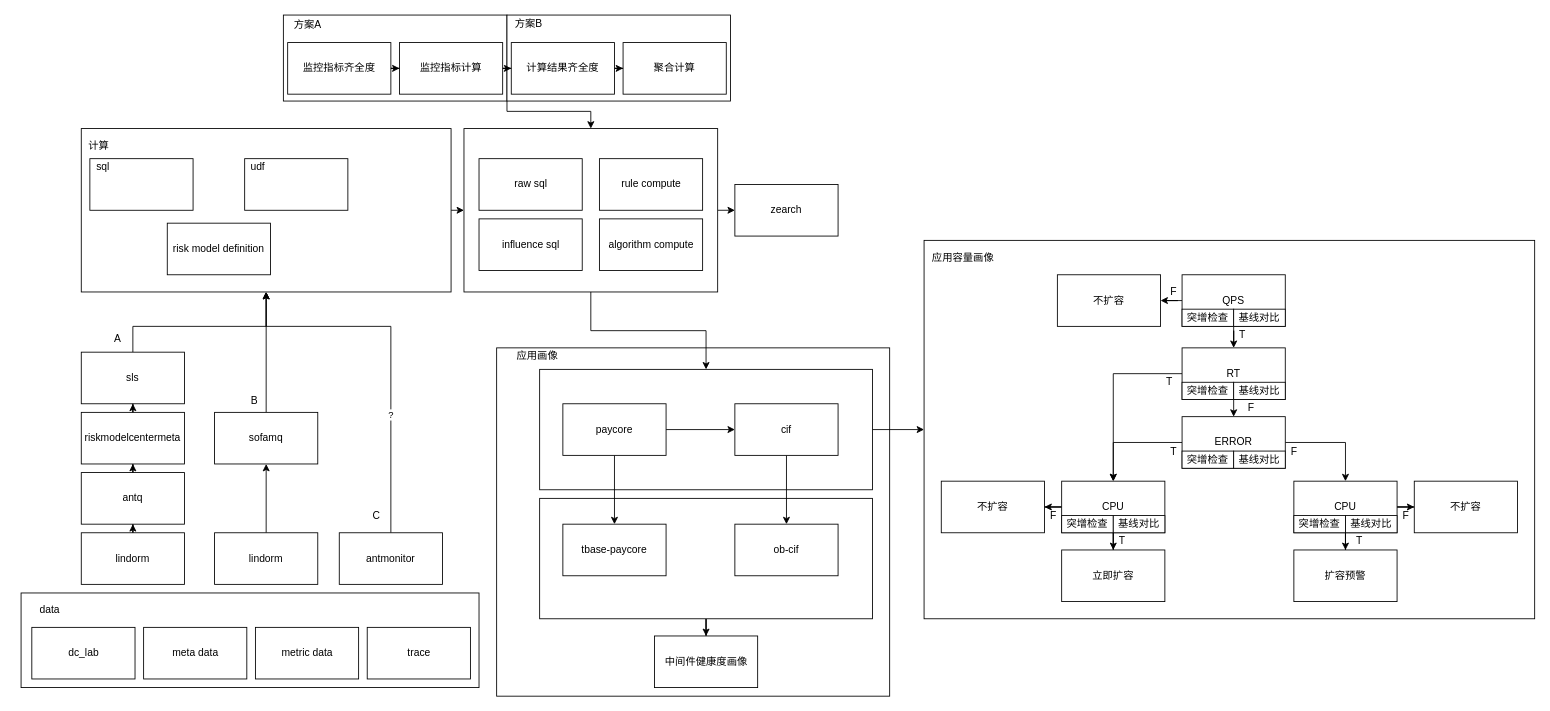
The draw.io diagram 应用画像计算体系.drawio in frankneu/draw.io, before the edit. Source tidied: cells renumbered, new cells numbered last; positions are measured from the earlier drawing's top-left corner, leaving out a move shared by most shapes. Both pictures are drawn from the tidied source at 86%, with x=0, y=0 at pixel (21, 15).
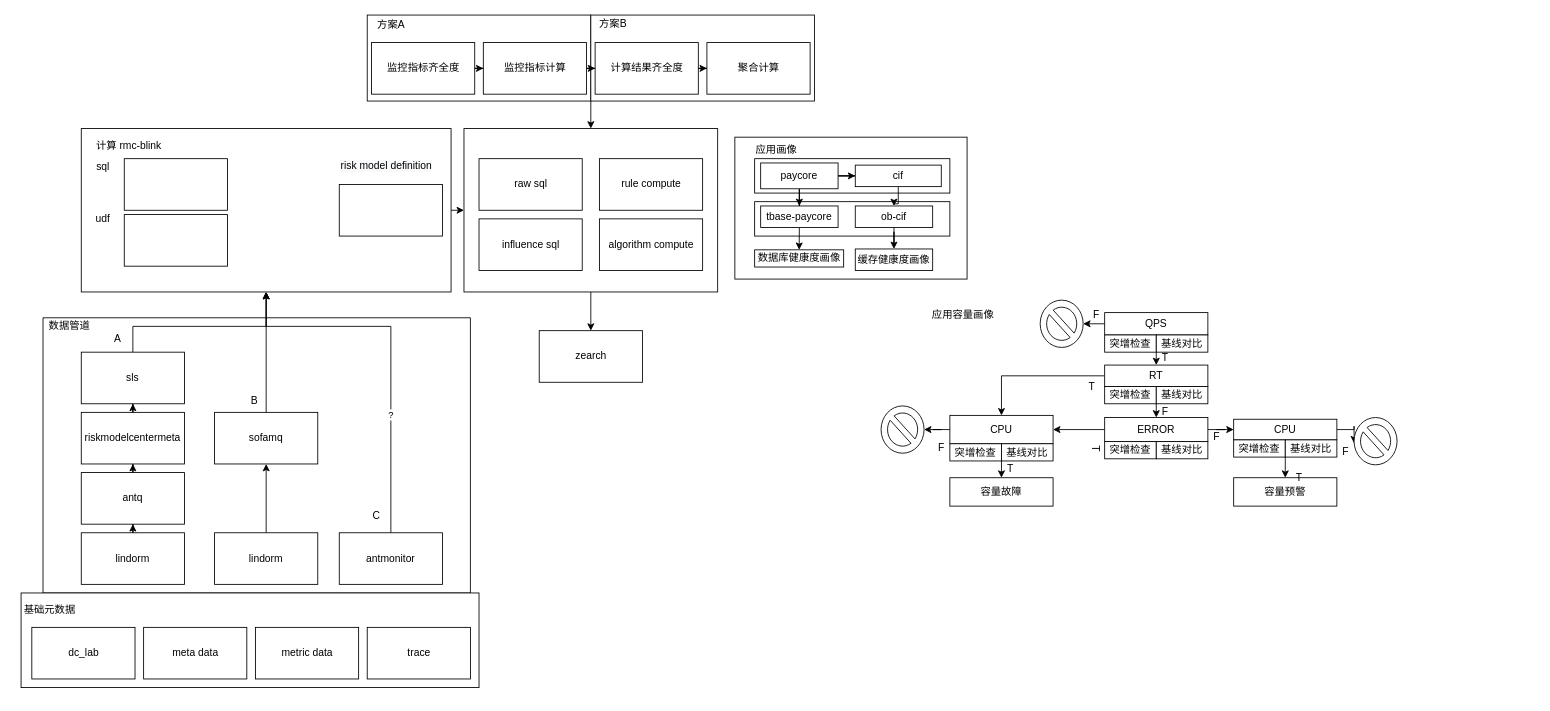
The same diagram, later.

Commit message:
Update 应用画像计算体系.drawio

Unchanged cells that the change refers to:
```xml
<mxCell id="12" style="rounded=0;whiteSpace=wrap;html=1;" parent="1" vertex="1">
  <mxGeometry x="515" y="132" width="295" height="190" as="geometry" />
</mxCell>
```

Change to the diagram source:
```diff
@@
+    <mxCell id="110" style="verticalLabelPosition=bottom;verticalAlign=top;html=1;shape=mxgraph.basic.rect;fillColor2=none;strokeWidth=1;size=20;indent=5;" parent="1" vertex="1">
+      <mxGeometry x="25.5" y="352" width="497" height="320" as="geometry" />
+    </mxCell>
     <mxCell id="2" style="edgeStyle=orthogonalEdgeStyle;rounded=0;jettySize=auto;html=1;exitX=1;exitY=1;exitDx=0;exitDy=0;entryX=0.5;entryY=0;entryDx=0;entryDy=0;" parent="1" edge="1" source="3" target="12">
       <mxGeometry relative="1" as="geometry">
         <Array as="points">
-          <mxPoint x="565" y="112" />
-          <mxPoint x="663" y="112" />
+          <mxPoint x="663" y="100" />
+          <mxPoint x="663" y="100" />
         </Array>
       </mxGeometry>
     </mxCell>
     <mxCell id="3" style="rounded=0;whiteSpace=wrap;html=1;" parent="1" vertex="1">
-      <mxGeometry x="305" width="260" height="100" as="geometry" />
+      <mxGeometry x="402.5" width="260" height="100" as="geometry" />
     </mxCell>
     <mxCell id="4" style="rounded=0;whiteSpace=wrap;html=1;" parent="1" vertex="1">
-      <mxGeometry x="565" width="260" height="100" as="geometry" />
+      <mxGeometry x="662.5" width="260" height="100" as="geometry" />
     </mxCell>
     <mxCell id="5" style="rounded=0;whiteSpace=wrap;html=1;" parent="1" vertex="1">
-      <mxGeometry x="553" y="387" width="457" height="405" as="geometry" />
+      <mxGeometry x="830" y="142" width="270" height="165" as="geometry" />
     </mxCell>
-    <mxCell id="6" style="rounded=0;whiteSpace=wrap;html=1;" parent="1" vertex="1">
-      <mxGeometry x="1050" y="262" width="710" height="440" as="geometry" />
-    </mxCell>
-    <mxCell id="7" style="edgeStyle=orthogonalEdgeStyle;rounded=0;jettySize=auto;html=1;entryX=0.5;entryY=0;entryDx=0;entryDy=0;" parent="1" edge="1" source="8" target="102">
-      <mxGeometry relative="1" as="geometry" />
-    </mxCell>
     <mxCell id="8" style="rounded=0;whiteSpace=wrap;html=1;" parent="1" vertex="1">
-      <mxGeometry x="603" y="562" width="387" height="140" as="geometry" />
+      <mxGeometry x="853" y="217" width="227" height="40" as="geometry" />
     </mxCell>
-    <mxCell id="9" style="edgeStyle=orthogonalEdgeStyle;rounded=0;jettySize=auto;html=1;exitX=1;exitY=0.5;exitDx=0;exitDy=0;entryX=0;entryY=0.5;entryDx=0;entryDy=0;" parent="1" edge="1" source="10" target="6">
-      <mxGeometry relative="1" as="geometry" />
-    </mxCell>
     <mxCell id="10" style="rounded=0;whiteSpace=wrap;html=1;" parent="1" vertex="1">
-      <mxGeometry x="603" y="412" width="387" height="140" as="geometry" />
+      <mxGeometry x="853" y="167" width="227" height="40" as="geometry" />
     </mxCell>
-    <mxCell id="11" style="edgeStyle=orthogonalEdgeStyle;rounded=0;jettySize=auto;html=1;exitX=1;exitY=0.5;exitDx=0;exitDy=0;entryX=0;entryY=0.5;entryDx=0;entryDy=0;" parent="1" edge="1" source="12" target="46">
+    <mxCell id="11" style="edgeStyle=orthogonalEdgeStyle;rounded=0;jettySize=auto;html=1;" parent="1" edge="1" source="12" target="46">
       <mxGeometry relative="1" as="geometry" />
     </mxCell>
@@
-    <mxCell id="15" value="计算" style="text;html=1;align=center;verticalAlign=middle;" parent="1" vertex="1">
-      <mxGeometry x="70" y="142" width="40" height="20" as="geometry" />
+    <mxCell id="15" value="计算 rmc-blink" style="text;html=1;align=center;verticalAlign=middle;" parent="1" vertex="1">
+      <mxGeometry x="80" y="142" width="90" height="20" as="geometry" />
     </mxCell>
     <mxCell id="16" style="rounded=0;whiteSpace=wrap;html=1;" parent="1" vertex="1">
-      <mxGeometry x="80" y="167" width="120" height="60" as="geometry" />
+      <mxGeometry x="120" y="167" width="120" height="60" as="geometry" />
     </mxCell>
@@
     <mxCell id="18" style="rounded=0;whiteSpace=wrap;html=1;" parent="1" vertex="1">
-      <mxGeometry x="260" y="167" width="120" height="60" as="geometry" />
+      <mxGeometry x="120" y="232" width="120" height="60" as="geometry" />
     </mxCell>
     <mxCell id="19" value="udf" style="text;html=1;align=center;verticalAlign=middle;" parent="1" vertex="1">
-      <mxGeometry x="260" y="167" width="30" height="20" as="geometry" />
+      <mxGeometry x="80" y="227" width="30" height="20" as="geometry" />
     </mxCell>
-    <mxCell id="20" value="risk model definition" style="rounded=0;whiteSpace=wrap;html=1;" parent="1" vertex="1">
-      <mxGeometry x="170" y="242" width="120" height="60" as="geometry" />
+    <mxCell id="20" style="rounded=0;whiteSpace=wrap;html=1;" parent="1" vertex="1">
+      <mxGeometry x="370" y="197" width="120" height="60" as="geometry" />
     </mxCell>
@@
-    <mxCell id="22" value="data" style="text;html=1;align=center;verticalAlign=middle;" parent="1" vertex="1">
-      <mxGeometry x="12.5" y="682" width="40" height="20" as="geometry" />
+    <mxCell id="22" value="基础元数据" style="text;html=1;align=center;verticalAlign=middle;" parent="1" vertex="1">
+      <mxGeometry x="-7.5" y="682" width="80" height="20" as="geometry" />
     </mxCell>
@@
-    <mxCell id="27" style="edgeStyle=orthogonalEdgeStyle;rounded=0;jettySize=auto;html=1;exitX=0.5;exitY=1;exitDx=0;exitDy=0;entryX=0.5;entryY=0;entryDx=0;entryDy=0;" parent="1" edge="1" source="12" target="10">
-      <mxGeometry relative="1" as="geometry" />
-    </mxCell>
@@
     <mxCell id="32" value="监控指标齐全度" style="rounded=0;whiteSpace=wrap;html=1;" parent="1" vertex="1">
-      <mxGeometry x="310" y="32" width="120" height="60" as="geometry" />
+      <mxGeometry x="407.5" y="32" width="120" height="60" as="geometry" />
     </mxCell>
@@
     <mxCell id="34" value="监控指标计算" style="rounded=0;whiteSpace=wrap;html=1;" parent="1" vertex="1">
-      <mxGeometry x="440" y="32" width="120" height="60" as="geometry" />
+      <mxGeometry x="537.5" y="32" width="120" height="60" as="geometry" />
     </mxCell>
@@
     <mxCell id="36" value="计算结果齐全度" style="rounded=0;whiteSpace=wrap;html=1;" parent="1" vertex="1">
-      <mxGeometry x="570" y="32" width="120" height="60" as="geometry" />
+      <mxGeometry x="667.5" y="32" width="120" height="60" as="geometry" />
     </mxCell>
     <mxCell id="37" value="聚合计算" style="rounded=0;whiteSpace=wrap;html=1;" parent="1" vertex="1">
-      <mxGeometry x="700" y="32" width="120" height="60" as="geometry" />
+      <mxGeometry x="797.5" y="32" width="120" height="60" as="geometry" />
     </mxCell>
@@
     <mxCell id="46" value="zearch" style="rounded=0;whiteSpace=wrap;html=1;" parent="1" vertex="1">
-      <mxGeometry x="830" y="197" width="120" height="60" as="geometry" />
+      <mxGeometry x="602.5" y="367" width="120" height="60" as="geometry" />
     </mxCell>
@@
     <mxCell id="56" value="paycore" style="rounded=0;whiteSpace=wrap;html=1;" parent="1" vertex="1">
-      <mxGeometry x="630" y="452" width="120" height="60" as="geometry" />
+      <mxGeometry x="860" y="172" width="90" height="30" as="geometry" />
     </mxCell>
+    <mxCell id="111" style="edgeStyle=orthogonalEdgeStyle;rounded=0;jettySize=auto;html=1;exitX=0.5;exitY=1;exitDx=0;exitDy=0;entryX=0.5;entryY=0;entryDx=0;entryDy=0;" parent="1" edge="1" source="57" target="102">
+      <mxGeometry relative="1" as="geometry" />
+    </mxCell>
     <mxCell id="57" value="tbase-paycore" style="rounded=0;whiteSpace=wrap;html=1;" parent="1" vertex="1">
-      <mxGeometry x="630" y="592" width="120" height="60" as="geometry" />
+      <mxGeometry x="860" y="222" width="90" height="25" as="geometry" />
     </mxCell>
@@
     <mxCell id="59" value="cif" style="rounded=0;whiteSpace=wrap;html=1;" parent="1" vertex="1">
-      <mxGeometry x="830" y="452" width="120" height="60" as="geometry" />
+      <mxGeometry x="970" y="174.5" width="100" height="25" as="geometry" />
     </mxCell>
+    <mxCell id="112" style="edgeStyle=orthogonalEdgeStyle;rounded=0;jettySize=auto;html=1;" parent="1" edge="1" source="60" target="113">
+      <mxGeometry relative="1" as="geometry" />
+    </mxCell>
     <mxCell id="60" value="ob-cif" style="rounded=0;whiteSpace=wrap;html=1;" parent="1" vertex="1">
-      <mxGeometry x="830" y="592" width="120" height="60" as="geometry" />
+      <mxGeometry x="970" y="222" width="90" height="25" as="geometry" />
     </mxCell>
+    <mxCell id="113" value="缓存健康度画像" style="rounded=0;whiteSpace=wrap;html=1;" parent="1" vertex="1">
+      <mxGeometry x="970" y="272" width="90" height="25" as="geometry" />
+    </mxCell>
@@
-    <mxCell id="62" style="edgeStyle=orthogonalEdgeStyle;rounded=0;jettySize=auto;html=1;" parent="1" edge="1" source="63" target="64">
-      <mxGeometry relative="1" as="geometry" />
+    <mxCell id="62" style="edgeStyle=orthogonalEdgeStyle;rounded=0;jettySize=auto;html=1;" parent="1" edge="1" source="63">
+      <mxGeometry relative="1" as="geometry">
+        <mxPoint x="1235" y="359" as="targetPoint" />
+      </mxGeometry>
     </mxCell>
     <mxCell id="63" value="QPS" style="rounded=0;whiteSpace=wrap;html=1;" parent="1" vertex="1">
-      <mxGeometry x="1350" y="302" width="120" height="60" as="geometry" />
+      <mxGeometry x="1260" y="346" width="120" height="26" as="geometry" />
     </mxCell>
-    <mxCell id="64" value="不扩容" style="rounded=0;whiteSpace=wrap;html=1;" parent="1" vertex="1">
-      <mxGeometry x="1205" y="302" width="120" height="60" as="geometry" />
-    </mxCell>
@@
     <mxCell id="66" value="RT" style="rounded=0;whiteSpace=wrap;html=1;" parent="1" vertex="1">
-      <mxGeometry x="1350" y="387" width="120" height="60" as="geometry" />
+      <mxGeometry x="1260" y="407" width="120" height="25" as="geometry" />
     </mxCell>
+    <mxCell id="68" style="edgeStyle=orthogonalEdgeStyle;rounded=0;jettySize=auto;html=1;entryX=0;entryY=0.5;entryDx=0;entryDy=0;" parent="1" edge="1" source="69" target="72">
+      <mxGeometry relative="1" as="geometry" />
+    </mxCell>
-    <mxCell id="67" style="edgeStyle=orthogonalEdgeStyle;rounded=0;jettySize=auto;html=1;entryX=0.5;entryY=0;entryDx=0;entryDy=0;" parent="1" edge="1" source="69" target="77">
+    <mxCell id="67" style="edgeStyle=orthogonalEdgeStyle;rounded=0;jettySize=auto;html=1;" parent="1" edge="1" source="69" target="77">
       <mxGeometry relative="1" as="geometry" />
     </mxCell>
-    <mxCell id="68" style="edgeStyle=orthogonalEdgeStyle;rounded=0;jettySize=auto;html=1;entryX=0.5;entryY=0;entryDx=0;entryDy=0;" parent="1" edge="1" source="69" target="72">
-      <mxGeometry relative="1" as="geometry" />
-    </mxCell>
     <mxCell id="69" value="ERROR" style="rounded=0;whiteSpace=wrap;html=1;" parent="1" vertex="1">
-      <mxGeometry x="1350" y="467" width="120" height="60" as="geometry" />
+      <mxGeometry x="1260" y="468" width="120" height="28" as="geometry" />
     </mxCell>
@@
-    <mxCell id="71" style="edgeStyle=orthogonalEdgeStyle;rounded=0;jettySize=auto;html=1;" parent="1" edge="1" source="72" target="73">
-      <mxGeometry relative="1" as="geometry" />
+    <mxCell id="71" style="edgeStyle=orthogonalEdgeStyle;rounded=0;jettySize=auto;html=1;" parent="1" edge="1" source="72">
+      <mxGeometry relative="1" as="geometry">
+        <mxPoint x="1550" y="498" as="targetPoint" />
+      </mxGeometry>
     </mxCell>
     <mxCell id="72" value="CPU" style="rounded=0;whiteSpace=wrap;html=1;" parent="1" vertex="1">
-      <mxGeometry x="1480" y="542" width="120" height="60" as="geometry" />
+      <mxGeometry x="1410" y="470" width="120" height="24" as="geometry" />
     </mxCell>
-    <mxCell id="73" value="不扩容" style="rounded=0;whiteSpace=wrap;html=1;" parent="1" vertex="1">
-      <mxGeometry x="1620" y="542" width="120" height="60" as="geometry" />
-    </mxCell>
-    <mxCell id="74" value="扩容预警" style="rounded=0;whiteSpace=wrap;html=1;" parent="1" vertex="1">
-      <mxGeometry x="1480" y="622" width="120" height="60" as="geometry" />
+    <mxCell id="74" value="容量预警" style="rounded=0;whiteSpace=wrap;html=1;" parent="1" vertex="1">
+      <mxGeometry x="1410" y="538" width="120" height="33" as="geometry" />
     </mxCell>
@@
-    <mxCell id="76" style="edgeStyle=orthogonalEdgeStyle;rounded=0;jettySize=auto;html=1;" parent="1" edge="1" source="77" target="78">
-      <mxGeometry relative="1" as="geometry" />
-    </mxCell>
+    <mxCell id="114" style="edgeStyle=orthogonalEdgeStyle;rounded=0;jettySize=auto;html=1;" parent="1" edge="1" source="77" target="118">
+      <mxGeometry relative="1" as="geometry" />
+    </mxCell>
     <mxCell id="77" value="CPU" style="rounded=0;whiteSpace=wrap;html=1;" parent="1" vertex="1">
-      <mxGeometry x="1210" y="542" width="120" height="60" as="geometry" />
+      <mxGeometry x="1080" y="465.5" width="120" height="33" as="geometry" />
     </mxCell>
-    <mxCell id="78" value="不扩容" style="rounded=0;whiteSpace=wrap;html=1;" parent="1" vertex="1">
-      <mxGeometry x="1070" y="542" width="120" height="60" as="geometry" />
-    </mxCell>
-    <mxCell id="79" value="立即扩容" style="rounded=0;whiteSpace=wrap;html=1;" parent="1" vertex="1">
-      <mxGeometry x="1210" y="622" width="120" height="60" as="geometry" />
+    <mxCell id="79" value="容量故障" style="rounded=0;whiteSpace=wrap;html=1;" parent="1" vertex="1">
+      <mxGeometry x="1080" y="538" width="120" height="33" as="geometry" />
     </mxCell>
     <mxCell id="80" value="突增检查" style="rounded=0;whiteSpace=wrap;html=1;" parent="1" vertex="1">
-      <mxGeometry x="1350" y="507" width="60" height="20" as="geometry" />
+      <mxGeometry x="1260" y="496" width="60" height="20" as="geometry" />
     </mxCell>
     <mxCell id="81" value="基线对比" style="rounded=0;whiteSpace=wrap;html=1;" parent="1" vertex="1">
-      <mxGeometry x="1410" y="507" width="60" height="20" as="geometry" />
+      <mxGeometry x="1320" y="496" width="60" height="20" as="geometry" />
     </mxCell>
     <mxCell id="82" value="突增检查" style="rounded=0;whiteSpace=wrap;html=1;" parent="1" vertex="1">
-      <mxGeometry x="1350" y="342" width="60" height="20" as="geometry" />
+      <mxGeometry x="1260" y="372" width="60" height="20" as="geometry" />
     </mxCell>
     <mxCell id="83" value="基线对比" style="rounded=0;whiteSpace=wrap;html=1;" parent="1" vertex="1">
-      <mxGeometry x="1410" y="342" width="60" height="20" as="geometry" />
+      <mxGeometry x="1320" y="372" width="60" height="20" as="geometry" />
     </mxCell>
     <mxCell id="84" value="突增检查" style="rounded=0;whiteSpace=wrap;html=1;" parent="1" vertex="1">
-      <mxGeometry x="1350" y="427" width="60" height="20" as="geometry" />
+      <mxGeometry x="1260" y="432" width="60" height="20" as="geometry" />
     </mxCell>
@@
     <mxCell id="86" value="基线对比" style="rounded=0;whiteSpace=wrap;html=1;" parent="1" vertex="1">
-      <mxGeometry x="1410" y="427" width="60" height="20" as="geometry" />
+      <mxGeometry x="1320" y="432" width="60" height="20" as="geometry" />
     </mxCell>
     <mxCell id="87" value="T" style="text;html=1;align=center;verticalAlign=middle;" parent="1" vertex="1">
-      <mxGeometry x="1410" y="362" width="20" height="20" as="geometry" />
+      <mxGeometry x="1320" y="389" width="20" height="20" as="geometry" />
     </mxCell>
     <mxCell id="88" value="F" style="text;html=1;align=center;verticalAlign=middle;" parent="1" vertex="1">
-      <mxGeometry x="1330" y="312" width="20" height="20" as="geometry" />
+      <mxGeometry x="1240" y="339" width="20" height="20" as="geometry" />
     </mxCell>
     <mxCell id="89" value="F" style="text;html=1;align=center;verticalAlign=middle;" parent="1" vertex="1">
-      <mxGeometry x="1420" y="447" width="20" height="20" as="geometry" />
+      <mxGeometry x="1320" y="452" width="20" height="20" as="geometry" />
     </mxCell>
     <mxCell id="90" value="F" style="text;html=1;align=center;verticalAlign=middle;" parent="1" vertex="1">
-      <mxGeometry x="1470" y="498" width="20" height="20" as="geometry" />
+      <mxGeometry x="1380" y="481" width="20" height="20" as="geometry" />
     </mxCell>
-    <mxCell id="91" value="T" style="text;html=1;align=center;verticalAlign=middle;" parent="1" vertex="1">
-      <mxGeometry x="1330" y="498" width="20" height="20" as="geometry" />
+    <mxCell id="91" value="T" style="text;html=1;align=center;verticalAlign=middle;rotation=90;" parent="1" vertex="1">
+      <mxGeometry x="1240" y="494" width="20" height="20" as="geometry" />
     </mxCell>
     <mxCell id="92" value="突增检查" style="rounded=0;whiteSpace=wrap;html=1;" parent="1" vertex="1">
-      <mxGeometry x="1210" y="582" width="60" height="20" as="geometry" />
+      <mxGeometry x="1080" y="498.5" width="60" height="20" as="geometry" />
     </mxCell>
     <mxCell id="93" value="基线对比" style="rounded=0;whiteSpace=wrap;html=1;" parent="1" vertex="1">
-      <mxGeometry x="1270" y="582" width="60" height="20" as="geometry" />
+      <mxGeometry x="1140" y="498.5" width="60" height="20" as="geometry" />
     </mxCell>
     <mxCell id="94" value="T" style="text;html=1;align=center;verticalAlign=middle;" parent="1" vertex="1">
-      <mxGeometry x="1270" y="602" width="20" height="20" as="geometry" />
+      <mxGeometry x="1140" y="518" width="20" height="20" as="geometry" />
     </mxCell>
     <mxCell id="95" value="F" style="text;html=1;align=center;verticalAlign=middle;" parent="1" vertex="1">
-      <mxGeometry x="1190" y="572" width="20" height="20" as="geometry" />
+      <mxGeometry x="1060" y="493" width="20" height="20" as="geometry" />
     </mxCell>
     <mxCell id="96" value="F" style="text;html=1;align=center;verticalAlign=middle;" parent="1" vertex="1">
-      <mxGeometry x="1600" y="572" width="20" height="20" as="geometry" />
+      <mxGeometry x="1530" y="498" width="20" height="20" as="geometry" />
     </mxCell>
     <mxCell id="97" value="T" style="text;html=1;align=center;verticalAlign=middle;" parent="1" vertex="1">
-      <mxGeometry x="1546" y="602" width="20" height="20" as="geometry" />
+      <mxGeometry x="1476" y="528" width="20" height="20" as="geometry" />
     </mxCell>
     <mxCell id="98" value="突增检查" style="rounded=0;whiteSpace=wrap;html=1;" parent="1" vertex="1">
-      <mxGeometry x="1480" y="582" width="60" height="20" as="geometry" />
+      <mxGeometry x="1410" y="494" width="60" height="20" as="geometry" />
     </mxCell>
     <mxCell id="99" value="基线对比" style="rounded=0;whiteSpace=wrap;html=1;" parent="1" vertex="1">
-      <mxGeometry x="1540" y="582" width="60" height="20" as="geometry" />
+      <mxGeometry x="1470" y="494" width="60" height="20" as="geometry" />
     </mxCell>
     <mxCell id="100" value="T" style="text;html=1;align=center;verticalAlign=middle;" parent="1" vertex="1">
-      <mxGeometry x="1325" y="417" width="20" height="20" as="geometry" />
+      <mxGeometry x="1235" y="422" width="20" height="20" as="geometry" />
     </mxCell>
     <mxCell id="101" value="应用容量画像" style="text;html=1;align=center;verticalAlign=middle;" parent="1" vertex="1">
-      <mxGeometry x="1050" y="272" width="90" height="20" as="geometry" />
+      <mxGeometry x="1050" y="339" width="90" height="20" as="geometry" />
     </mxCell>
-    <mxCell id="102" value="中间件健康度画像" style="rounded=0;whiteSpace=wrap;html=1;" parent="1" vertex="1">
-      <mxGeometry x="736.5" y="722" width="120" height="60" as="geometry" />
+    <mxCell id="102" value="数据库健康度画像" style="rounded=0;whiteSpace=wrap;html=1;" parent="1" vertex="1">
+      <mxGeometry x="853" y="273" width="103.5" height="20" as="geometry" />
     </mxCell>
     <mxCell id="103" value="应用画像" style="text;html=1;align=center;verticalAlign=middle;" parent="1" vertex="1">
-      <mxGeometry x="570" y="387" width="60" height="20" as="geometry" />
+      <mxGeometry x="847.5" y="147" width="60" height="20" as="geometry" />
     </mxCell>
@@
     <mxCell id="105" value="方案A" style="text;html=1;align=center;verticalAlign=middle;" parent="1" vertex="1">
-      <mxGeometry x="307.5" y="2" width="50" height="20" as="geometry" />
+      <mxGeometry x="405" y="2" width="50" height="20" as="geometry" />
     </mxCell>
     <mxCell id="106" value="方案B" style="text;html=1;align=center;verticalAlign=middle;" parent="1" vertex="1">
-      <mxGeometry x="565" width="50" height="20" as="geometry" />
+      <mxGeometry x="662.5" width="50" height="20" as="geometry" />
     </mxCell>
@@
+    <mxCell id="115" value="&lt;span style=&quot;color: rgb(0, 0, 0); font-family: helvetica; font-size: 12px; font-style: normal; font-weight: 400; letter-spacing: normal; text-align: center; text-indent: 0px; text-transform: none; word-spacing: 0px; background-color: rgb(248, 249, 250); display: inline; float: none;&quot;&gt;risk model definition&lt;/span&gt;" style="text;whiteSpace=wrap;html=1;" parent="1" vertex="1">
+      <mxGeometry x="370" y="162" width="130" height="30" as="geometry" />
+    </mxCell>
+    <mxCell id="116" style="verticalLabelPosition=bottom;verticalAlign=top;html=1;shape=mxgraph.basic.no_symbol;" parent="1" vertex="1">
+      <mxGeometry x="1550" y="468" width="50" height="55" as="geometry" />
+    </mxCell>
+    <mxCell id="117" style="verticalLabelPosition=bottom;verticalAlign=top;html=1;shape=mxgraph.basic.no_symbol;" parent="1" vertex="1">
+      <mxGeometry x="1185" y="331.5" width="50" height="55" as="geometry" />
+    </mxCell>
+    <mxCell id="118" style="verticalLabelPosition=bottom;verticalAlign=top;html=1;shape=mxgraph.basic.no_symbol;" parent="1" vertex="1">
+      <mxGeometry x="1000" y="454.5" width="50" height="55" as="geometry" />
+    </mxCell>
+    <mxCell id="119" value="数据管道" style="text;html=1;align=center;verticalAlign=middle;" parent="1" vertex="1">
+      <mxGeometry x="25.5" y="352" width="60" height="20" as="geometry" />
+    </mxCell>
```
